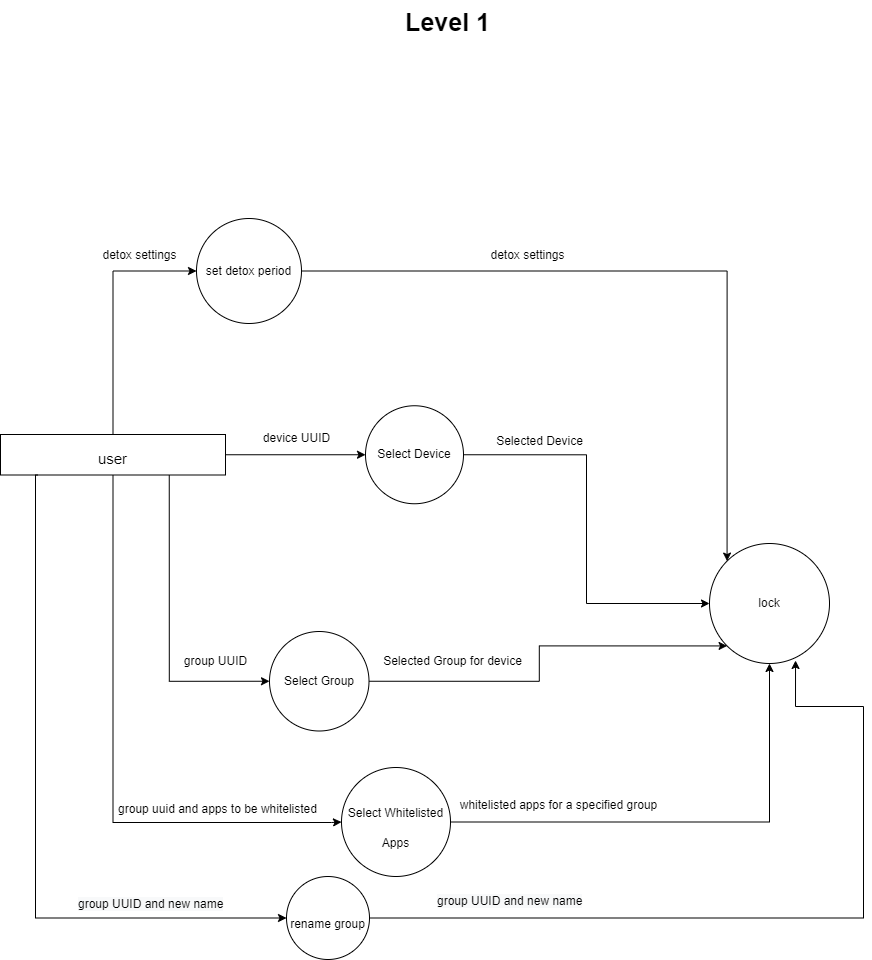
This is SRS/imgs/DFD-Data Flow Diagram level 1.drawio.png from mohamed-sallam/awb-docs, a draw.io export, as it was before one commit. Source tidied: cells renumbered, new cells last; positions are measured from the earlier drawing's top-left corner, leaving out a move shared by most shapes.
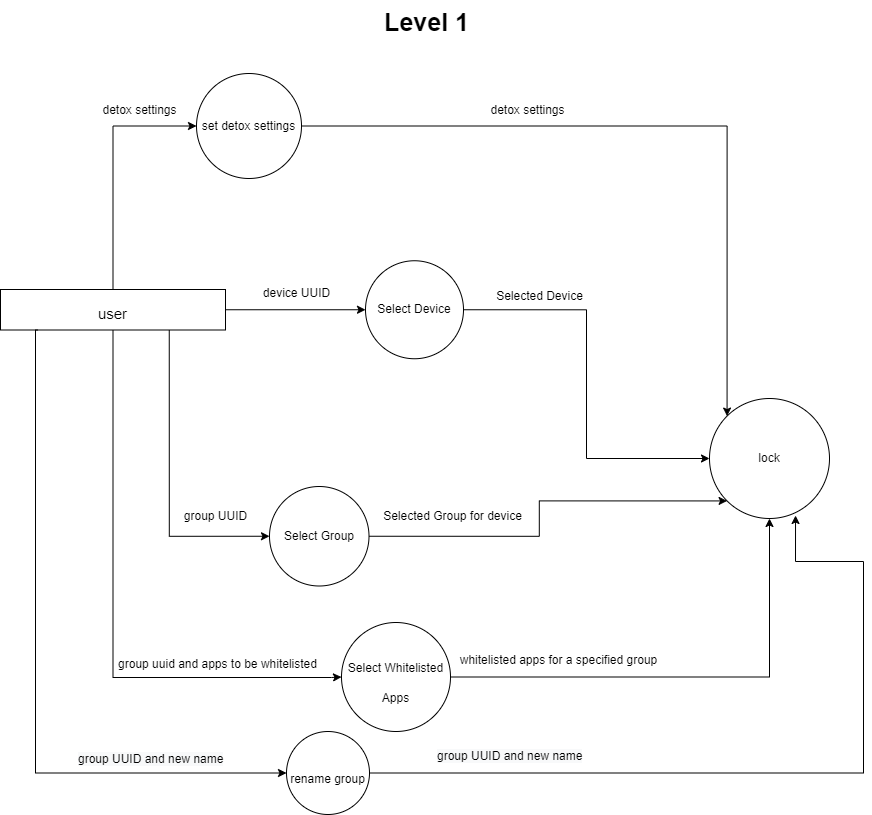
The same file after the commit.

Commit message:
srs/diagram/39/refactor_data_flow_diagram: change

Diff of the diagram source:
```diff
@@ -37,14 +37,14 @@
     <mxCell id="11" style="edgeStyle=orthogonalEdgeStyle;rounded=0;jettySize=auto;html=1;exitX=1;exitY=0.5;exitDx=0;exitDy=0;entryX=0;entryY=0;entryDx=0;entryDy=0;" parent="1" edge="1" source="12" target="10">
       <mxGeometry relative="1" as="geometry" />
     </mxCell>
-    <mxCell id="12" value="set detox period" style="ellipse;whiteSpace=wrap;html=1;fontSize=12;" parent="1" vertex="1">
+    <mxCell id="12" value="set detox settings" style="ellipse;whiteSpace=wrap;html=1;fontSize=12;" parent="1" vertex="1">
       <mxGeometry x="196" y="218" width="105" height="105" as="geometry" />
     </mxCell>
     <mxCell id="13" value="whitelisted apps for a specified group" style="text;html=1;align=center;verticalAlign=middle;strokeColor=none;fillColor=none;fontSize=12;" parent="1" vertex="1">
       <mxGeometry x="450" y="792" width="215" height="26" as="geometry" />
     </mxCell>
     <mxCell id="14" value="&lt;b&gt;&lt;font style=&quot;font-size: 25px;&quot;&gt;Level 1&lt;/font&gt;&lt;/b&gt;" style="text;html=1;align=center;verticalAlign=middle;strokeColor=none;fillColor=none;" parent="1" vertex="1">
-      <mxGeometry x="395" width="103" height="42" as="geometry" />
+      <mxGeometry x="374" y="145" width="103" height="42" as="geometry" />
     </mxCell>
     <mxCell id="15" value="detox settings" style="text;html=1;align=center;verticalAlign=middle;strokeColor=none;fillColor=none;fontSize=12;" parent="1" vertex="1">
       <mxGeometry x="89" y="240" width="100" height="30" as="geometry" />
```
